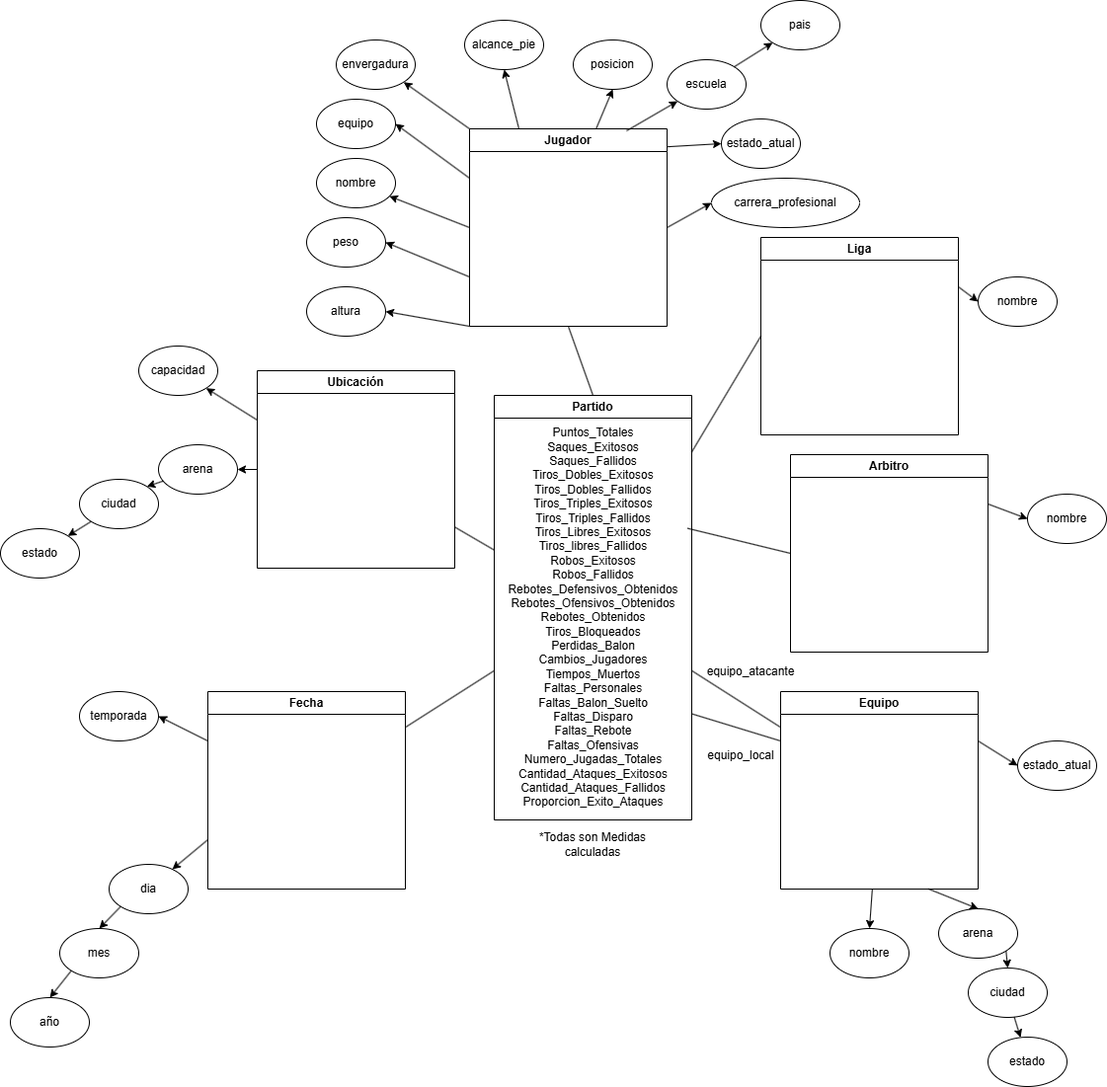
Earlier version of the draw.io export NBA esquema conceptual.png (danielbo22/TFG-NBA). Source tidied: cells renumbered, new cells last; positions are measured from the earlier drawing's top-left corner, leaving out a move shared by most shapes.
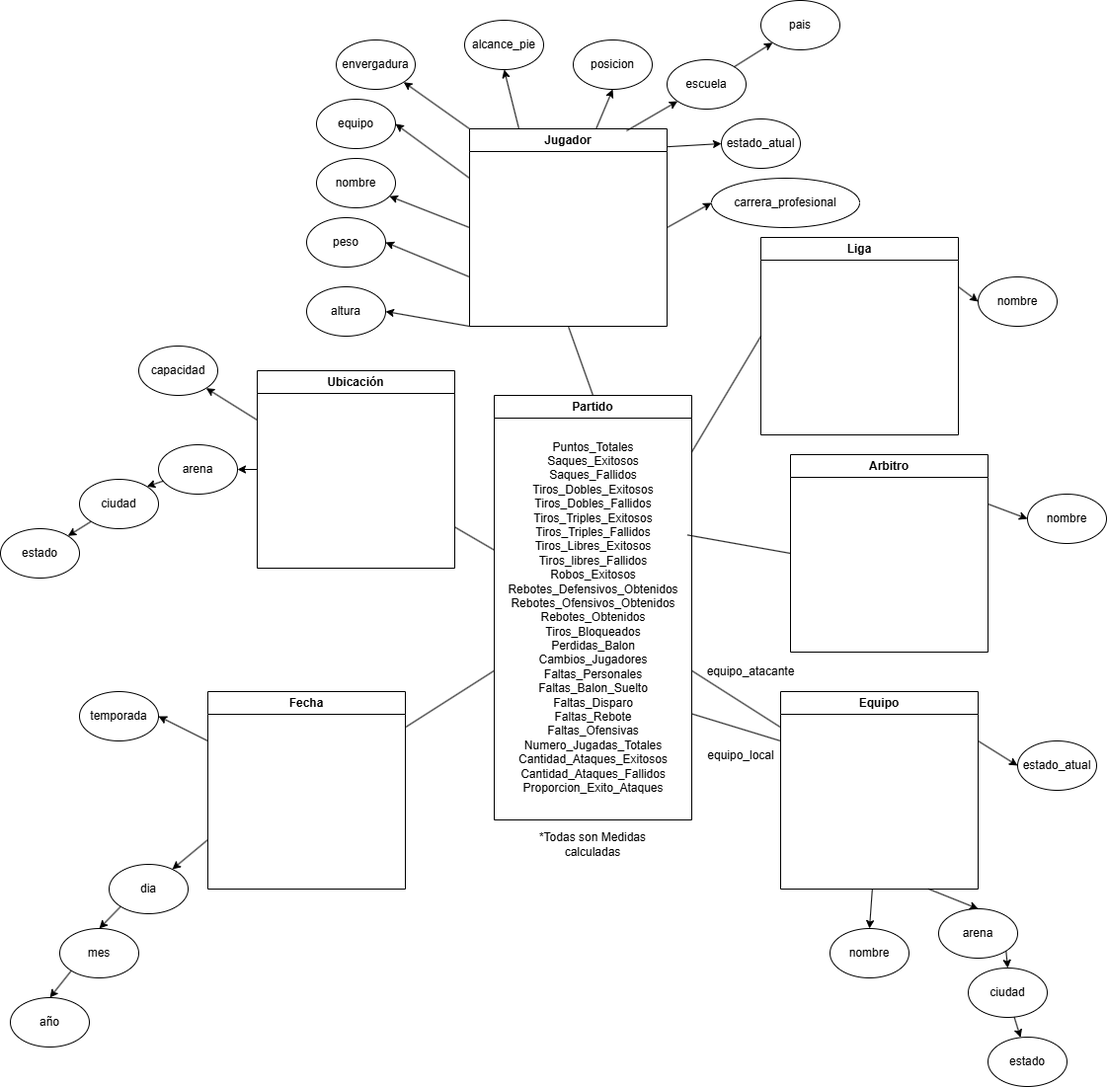
After the commit.

Commit message:
solución errores de datos con robos fallidos

The edit, as a diff of the source:
```diff
@@ -5,8 +5,8 @@
     <mxCell id="2" value="Partido" style="swimlane;whiteSpace=wrap;html=1;" parent="1" vertex="1">
       <mxGeometry x="500" y="400" width="200" height="430" as="geometry" />
     </mxCell>
-    <mxCell id="3" value="&lt;div&gt;Puntos_Totales&lt;/div&gt;Saques_Exitosos&lt;div&gt;Saques_Fallidos&lt;/div&gt;&lt;div&gt;Tiros_Dobles_Exitosos&lt;/div&gt;&lt;div&gt;Tiros_Dobles_Fallidos&lt;/div&gt;&lt;div&gt;Tiros_Triples_Exitosos&lt;/div&gt;&lt;div&gt;Tiros_Triples_Fallidos&lt;/div&gt;&lt;div&gt;Tiros_Libres_Exitosos&lt;/div&gt;&lt;div&gt;Tiros_libres_Fallidos&lt;/div&gt;&lt;div&gt;Robos_Exitosos&lt;/div&gt;&lt;div&gt;Robos_Fallidos&lt;/div&gt;&lt;div&gt;Rebotes_Defensivos_Obtenidos&lt;/div&gt;&lt;div&gt;Rebotes_Ofensivos_Obtenidos&lt;/div&gt;&lt;div&gt;Rebotes_Obtenidos&lt;/div&gt;&lt;div&gt;Tiros_Bloqueados&lt;/div&gt;&lt;div&gt;Perdidas_Balon&lt;/div&gt;&lt;div&gt;Cambios_Jugadores&lt;/div&gt;&lt;div&gt;Tiempos_Muertos&lt;/div&gt;&lt;div&gt;Faltas_Personales&lt;/div&gt;&lt;div&gt;Faltas_Balon_Suelto&lt;/div&gt;&lt;div&gt;Faltas_Disparo&lt;/div&gt;&lt;div&gt;Faltas_Rebote&lt;/div&gt;&lt;div&gt;Faltas_Ofensivas&lt;/div&gt;&lt;div&gt;Numero_Jugadas_Totales&lt;/div&gt;&lt;div&gt;Cantidad_Ataques_Exitosos&lt;/div&gt;&lt;div&gt;Cantidad_Ataques_Fallidos&lt;/div&gt;&lt;div&gt;Proporcion_Exito_Ataques&lt;/div&gt;" style="text;html=1;align=center;verticalAlign=middle;points=[];strokeColor=none;fillColor=none;" parent="2" vertex="1">
-      <mxGeometry y="25" width="200" height="400" as="geometry" />
+    <mxCell id="3" value="&lt;div&gt;Puntos_Totales&lt;/div&gt;Saques_Exitosos&lt;div&gt;Saques_Fallidos&lt;/div&gt;&lt;div&gt;Tiros_Dobles_Exitosos&lt;/div&gt;&lt;div&gt;Tiros_Dobles_Fallidos&lt;/div&gt;&lt;div&gt;Tiros_Triples_Exitosos&lt;/div&gt;&lt;div&gt;Tiros_Triples_Fallidos&lt;/div&gt;&lt;div&gt;Tiros_Libres_Exitosos&lt;/div&gt;&lt;div&gt;Tiros_libres_Fallidos&lt;/div&gt;&lt;div&gt;Robos_Exitosos&lt;/div&gt;&lt;div&gt;&lt;span style=&quot;background-color: transparent; color: light-dark(rgb(0, 0, 0), rgb(255, 255, 255));&quot;&gt;Rebotes_Defensivos_Obtenidos&lt;/span&gt;&lt;/div&gt;&lt;div&gt;Rebotes_Ofensivos_Obtenidos&lt;/div&gt;&lt;div&gt;Rebotes_Obtenidos&lt;/div&gt;&lt;div&gt;Tiros_Bloqueados&lt;/div&gt;&lt;div&gt;Perdidas_Balon&lt;/div&gt;&lt;div&gt;Cambios_Jugadores&lt;/div&gt;&lt;div&gt;Faltas_Personales&lt;/div&gt;&lt;div&gt;Faltas_Balon_Suelto&lt;/div&gt;&lt;div&gt;Faltas_Disparo&lt;/div&gt;&lt;div&gt;Faltas_Rebote&lt;/div&gt;&lt;div&gt;Faltas_Ofensivas&lt;/div&gt;&lt;div&gt;Numero_Jugadas_Totales&lt;/div&gt;&lt;div&gt;Cantidad_Ataques_Exitosos&lt;/div&gt;&lt;div&gt;Cantidad_Ataques_Fallidos&lt;/div&gt;&lt;div&gt;Proporcion_Exito_Ataques&lt;/div&gt;" style="text;html=1;align=center;verticalAlign=middle;points=[];strokeColor=none;fillColor=none;" parent="2" vertex="1">
+      <mxGeometry y="40" width="200" height="370" as="geometry" />
     </mxCell>
     <mxCell id="4" value="Equipo" style="swimlane;whiteSpace=wrap;html=1;" parent="1" vertex="1">
       <mxGeometry x="790" y="700" width="200" height="200" as="geometry" />
```
